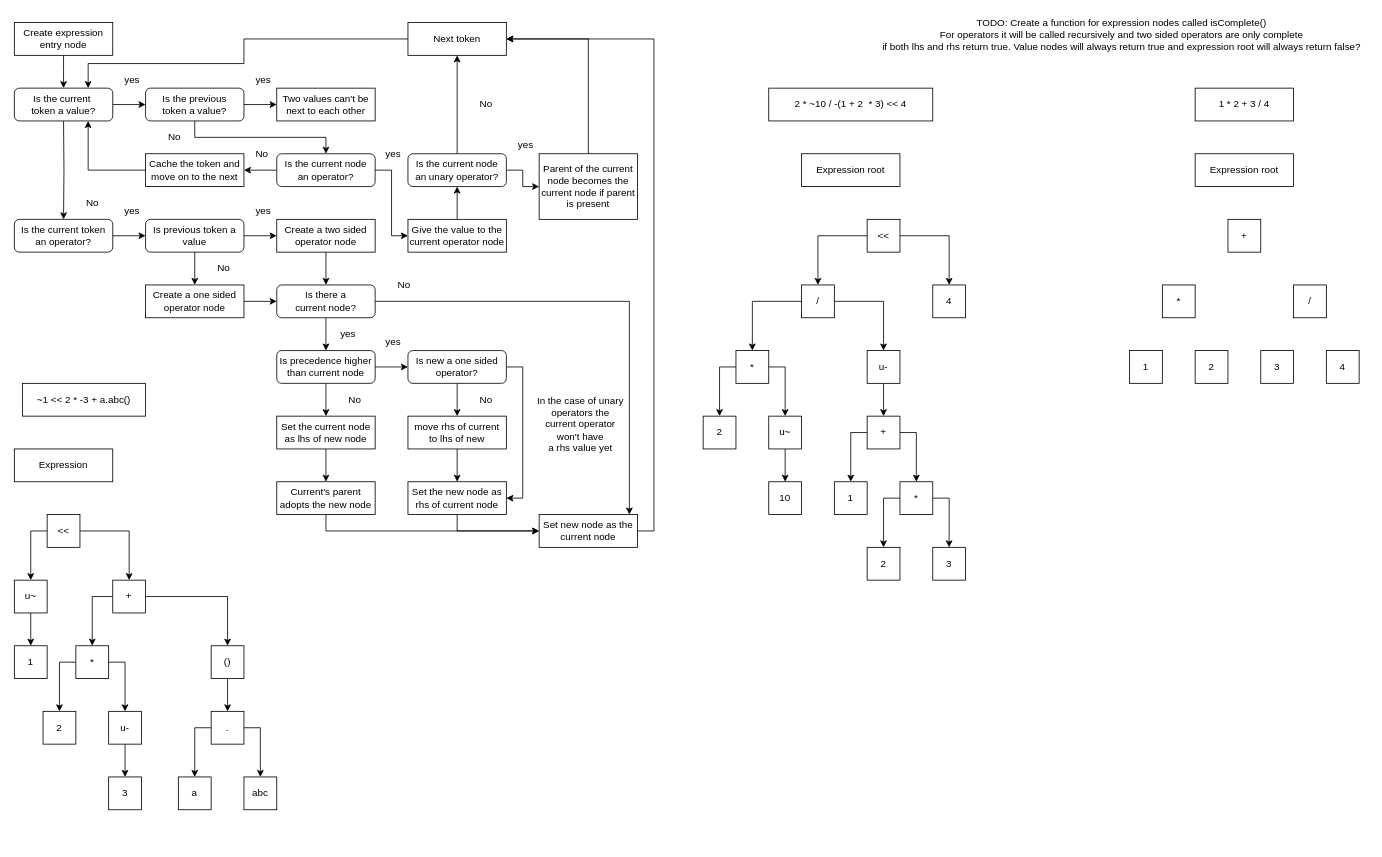
roopereku/caplang keeps this draw.io diagram as docs/precedence.drawio. Above is the earlier version. Source tidied: cells renumbered, new cells numbered last; positions are measured from the earlier drawing's top-left corner, leaving out a move shared by most shapes. Both pictures are drawn from the tidied source at 82%, with x=0, y=0 at pixel (14, 14).
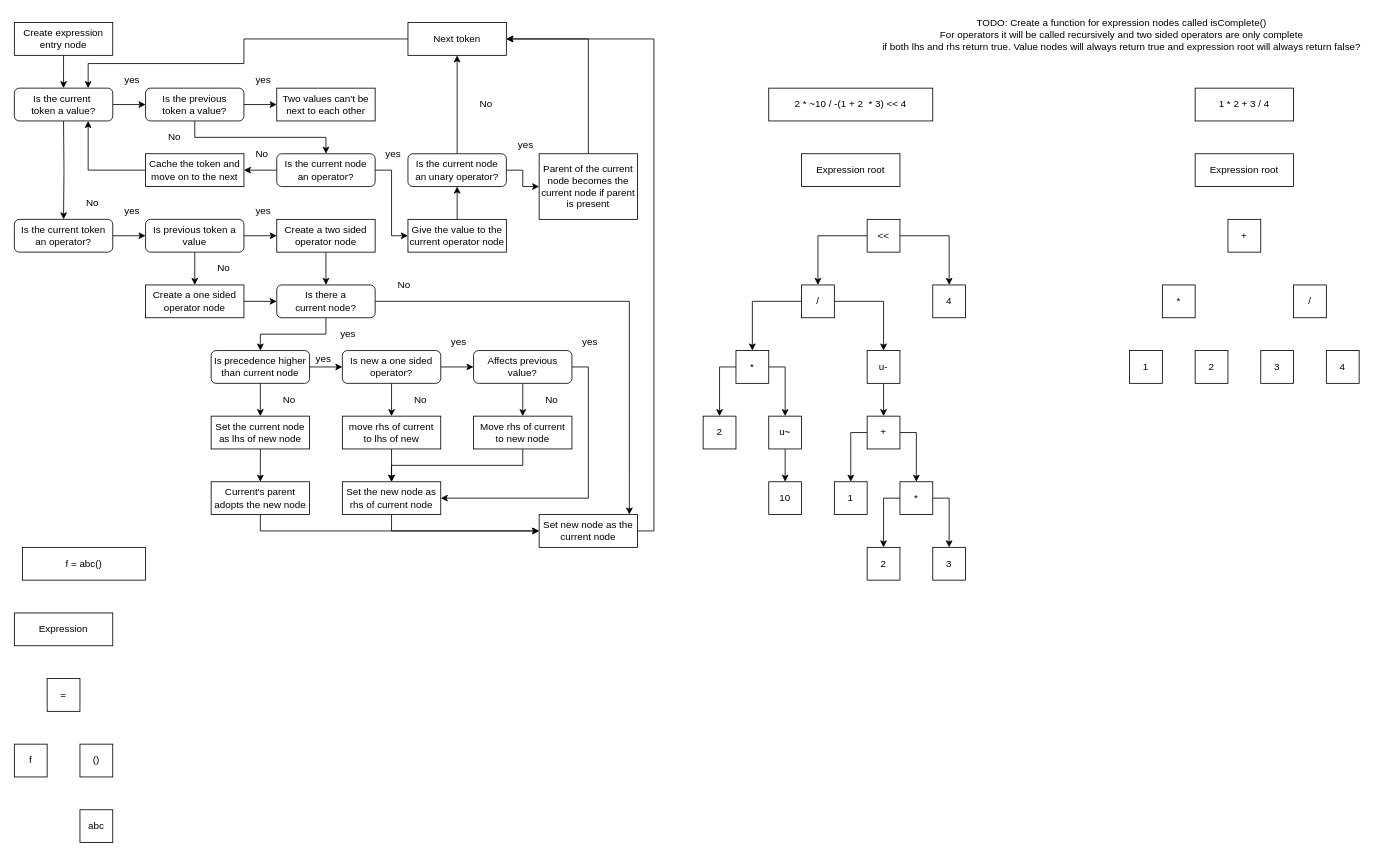
The same diagram, later.

What changed in the source:
```diff
@@
     <mxCell id="42" value="Is precedence higher than current node" style="rounded=1;whiteSpace=wrap;html=1;" parent="1" vertex="1">
-      <mxGeometry x="320" y="410" width="120" height="40" as="geometry" />
+      <mxGeometry x="240" y="410" width="120" height="40" as="geometry" />
     </mxCell>
@@
     <mxCell id="44" value="move rhs of current&lt;br&gt;to lhs of new" style="whiteSpace=wrap;html=1;" parent="1" vertex="1">
-      <mxGeometry x="480" y="490" width="120" height="40" as="geometry" />
+      <mxGeometry x="400" y="490" width="120" height="40" as="geometry" />
     </mxCell>
     <mxCell id="45" value="&amp;nbsp;yes" style="text;html=1;align=center;verticalAlign=middle;strokeColor=none;fillColor=none;" parent="1" vertex="1">
-      <mxGeometry x="440" y="390" width="40" height="20" as="geometry" />
+      <mxGeometry x="520" y="390" width="40" height="20" as="geometry" />
     </mxCell>
     <mxCell id="46" value="No" style="text;html=1;align=center;verticalAlign=middle;strokeColor=none;fillColor=none;" parent="1" vertex="1">
-      <mxGeometry x="400" y="460" width="30" height="20" as="geometry" />
+      <mxGeometry x="320" y="460" width="30" height="20" as="geometry" />
     </mxCell>
@@
     <mxCell id="48" value="Set the current node as lhs of new node" style="whiteSpace=wrap;html=1;" parent="1" vertex="1">
-      <mxGeometry x="320" y="490" width="120" height="40" as="geometry" />
+      <mxGeometry x="240" y="490" width="120" height="40" as="geometry" />
     </mxCell>
@@
     <mxCell id="50" value="Set the new node as rhs of current node" style="whiteSpace=wrap;html=1;" parent="1" vertex="1">
-      <mxGeometry x="480" y="570" width="120" height="40" as="geometry" />
+      <mxGeometry x="400" y="570" width="120" height="40" as="geometry" />
     </mxCell>
@@
     <mxCell id="52" value="Current's parent adopts the new node" style="whiteSpace=wrap;html=1;" parent="1" vertex="1">
-      <mxGeometry x="320" y="570" width="120" height="40" as="geometry" />
+      <mxGeometry x="240" y="570" width="120" height="40" as="geometry" />
     </mxCell>
-    <mxCell id="53" value="~1 &amp;lt;&amp;lt; 2 * -3 + a.abc()" style="whiteSpace=wrap;html=1;" parent="1" vertex="1">
-      <mxGeometry x="10" y="450" width="150" height="40" as="geometry" />
+    <mxCell id="53" value="f = abc()" style="whiteSpace=wrap;html=1;" parent="1" vertex="1">
+      <mxGeometry x="10" y="650" width="150" height="40" as="geometry" />
     </mxCell>
     <mxCell id="54" value="Expression" style="whiteSpace=wrap;html=1;" parent="1" vertex="1">
-      <mxGeometry y="530" width="120" height="40" as="geometry" />
+      <mxGeometry y="730" width="120" height="40" as="geometry" />
     </mxCell>
@@
-    <mxCell id="56" style="edgeStyle=orthogonalEdgeStyle;rounded=0;jettySize=auto;html=1;exitX=1;exitY=0.5;exitDx=0;exitDy=0;entryX=1;entryY=0.5;entryDx=0;entryDy=0;" parent="1" edge="1" source="57" target="50">
-      <mxGeometry relative="1" as="geometry">
-        <Array as="points">
-          <mxPoint x="620" y="430" />
-          <mxPoint x="620" y="590" />
-        </Array>
-      </mxGeometry>
-    </mxCell>
+    <mxCell id="132" style="edgeStyle=orthogonalEdgeStyle;rounded=0;jettySize=auto;html=1;exitX=1;exitY=0.5;exitDx=0;exitDy=0;entryX=0;entryY=0.5;entryDx=0;entryDy=0;" parent="1" edge="1" source="57" target="137">
+      <mxGeometry relative="1" as="geometry" />
+    </mxCell>
     <mxCell id="57" value="Is new a one sided operator?" style="rounded=1;whiteSpace=wrap;html=1;" parent="1" vertex="1">
-      <mxGeometry x="480" y="410" width="120" height="40" as="geometry" />
+      <mxGeometry x="400" y="410" width="120" height="40" as="geometry" />
     </mxCell>
     <mxCell id="58" value="No" style="text;html=1;align=center;verticalAlign=middle;strokeColor=none;fillColor=none;" parent="1" vertex="1">
-      <mxGeometry x="560" y="460" width="30" height="20" as="geometry" />
+      <mxGeometry x="480" y="460" width="30" height="20" as="geometry" />
     </mxCell>
-    <mxCell id="59" value="In the case of unary&lt;br&gt;operators the&lt;br&gt;current operator&lt;br&gt;won't have&lt;br&gt;a rhs value yet" style="text;html=1;align=center;verticalAlign=middle;strokeColor=none;fillColor=none;" parent="1" vertex="1">
-      <mxGeometry x="630" y="460" width="120" height="80" as="geometry" />
-    </mxCell>
-    <mxCell id="60" style="edgeStyle=orthogonalEdgeStyle;rounded=0;jettySize=auto;html=1;exitX=0.5;exitY=1;exitDx=0;exitDy=0;entryX=0.5;entryY=0;entryDx=0;entryDy=0;" parent="1" edge="1" source="61" target="67">
-      <mxGeometry relative="1" as="geometry" />
-    </mxCell>
-    <mxCell id="61" value="u~" style="whiteSpace=wrap;html=1;" parent="1" vertex="1">
-      <mxGeometry y="690" width="40" height="40" as="geometry" />
-    </mxCell>
@@
-    <mxCell id="67" value="1" style="whiteSpace=wrap;html=1;" parent="1" vertex="1">
-      <mxGeometry y="770" width="40" height="40" as="geometry" />
-    </mxCell>
-    <mxCell id="68" style="edgeStyle=orthogonalEdgeStyle;rounded=0;jettySize=auto;html=1;exitX=0;exitY=0.5;exitDx=0;exitDy=0;entryX=0.5;entryY=0;entryDx=0;entryDy=0;" parent="1" edge="1" source="70" target="61">
-      <mxGeometry relative="1" as="geometry" />
-    </mxCell>
-    <mxCell id="69" style="edgeStyle=orthogonalEdgeStyle;rounded=0;jettySize=auto;html=1;exitX=1;exitY=0.5;exitDx=0;exitDy=0;entryX=0.5;entryY=0;entryDx=0;entryDy=0;" parent="1" edge="1" source="70" target="80">
-      <mxGeometry relative="1" as="geometry" />
-    </mxCell>
-    <mxCell id="70" value="&amp;lt;&amp;lt;" style="whiteSpace=wrap;html=1;" parent="1" vertex="1">
-      <mxGeometry x="40" y="610" width="40" height="40" as="geometry" />
-    </mxCell>
-    <mxCell id="71" value="2" style="whiteSpace=wrap;html=1;" parent="1" vertex="1">
-      <mxGeometry x="35" y="850" width="40" height="40" as="geometry" />
-    </mxCell>
-    <mxCell id="72" style="edgeStyle=orthogonalEdgeStyle;rounded=0;jettySize=auto;html=1;exitX=1;exitY=0.5;exitDx=0;exitDy=0;entryX=0.5;entryY=0;entryDx=0;entryDy=0;" parent="1" edge="1" source="74" target="76">
-      <mxGeometry relative="1" as="geometry" />
-    </mxCell>
-    <mxCell id="73" style="edgeStyle=orthogonalEdgeStyle;rounded=0;jettySize=auto;html=1;exitX=0;exitY=0.5;exitDx=0;exitDy=0;entryX=0.5;entryY=0;entryDx=0;entryDy=0;" parent="1" edge="1" source="74" target="71">
-      <mxGeometry relative="1" as="geometry" />
-    </mxCell>
-    <mxCell id="74" value="*" style="whiteSpace=wrap;html=1;" parent="1" vertex="1">
-      <mxGeometry x="75" y="770" width="40" height="40" as="geometry" />
-    </mxCell>
-    <mxCell id="75" style="edgeStyle=orthogonalEdgeStyle;rounded=0;jettySize=auto;html=1;exitX=0.5;exitY=1;exitDx=0;exitDy=0;entryX=0.5;entryY=0;entryDx=0;entryDy=0;" parent="1" edge="1" source="76" target="77">
-      <mxGeometry relative="1" as="geometry" />
-    </mxCell>
-    <mxCell id="76" value="u-" style="whiteSpace=wrap;html=1;" parent="1" vertex="1">
-      <mxGeometry x="115" y="850" width="40" height="40" as="geometry" />
-    </mxCell>
-    <mxCell id="77" value="3" style="whiteSpace=wrap;html=1;" parent="1" vertex="1">
-      <mxGeometry x="115" y="930" width="40" height="40" as="geometry" />
-    </mxCell>
-    <mxCell id="78" style="edgeStyle=orthogonalEdgeStyle;rounded=0;jettySize=auto;html=1;exitX=0;exitY=0.5;exitDx=0;exitDy=0;entryX=0.5;entryY=0;entryDx=0;entryDy=0;" parent="1" edge="1" source="80" target="74">
-      <mxGeometry relative="1" as="geometry" />
-    </mxCell>
-    <mxCell id="79" style="edgeStyle=orthogonalEdgeStyle;rounded=0;jettySize=auto;html=1;exitX=1;exitY=0.5;exitDx=0;exitDy=0;entryX=0.5;entryY=0;entryDx=0;entryDy=0;" parent="1" edge="1" source="80" target="87">
-      <mxGeometry relative="1" as="geometry" />
-    </mxCell>
-    <mxCell id="80" value="+" style="whiteSpace=wrap;html=1;" parent="1" vertex="1">
-      <mxGeometry x="120" y="690" width="40" height="40" as="geometry" />
-    </mxCell>
-    <mxCell id="81" value="a" style="whiteSpace=wrap;html=1;" parent="1" vertex="1">
-      <mxGeometry x="200" y="930" width="40" height="40" as="geometry" />
-    </mxCell>
-    <mxCell id="82" style="edgeStyle=orthogonalEdgeStyle;rounded=0;jettySize=auto;html=1;exitX=0;exitY=0.5;exitDx=0;exitDy=0;entryX=0.5;entryY=0;entryDx=0;entryDy=0;" parent="1" edge="1" source="84" target="81">
-      <mxGeometry relative="1" as="geometry" />
-    </mxCell>
-    <mxCell id="83" style="edgeStyle=orthogonalEdgeStyle;rounded=0;jettySize=auto;html=1;exitX=1;exitY=0.5;exitDx=0;exitDy=0;entryX=0.5;entryY=0;entryDx=0;entryDy=0;" parent="1" edge="1" source="84" target="85">
-      <mxGeometry relative="1" as="geometry" />
-    </mxCell>
-    <mxCell id="84" value="." style="whiteSpace=wrap;html=1;" parent="1" vertex="1">
-      <mxGeometry x="240" y="850" width="40" height="40" as="geometry" />
-    </mxCell>
-    <mxCell id="85" value="abc" style="whiteSpace=wrap;html=1;" parent="1" vertex="1">
-      <mxGeometry x="280" y="930" width="40" height="40" as="geometry" />
-    </mxCell>
-    <mxCell id="86" style="edgeStyle=orthogonalEdgeStyle;rounded=0;jettySize=auto;html=1;exitX=0.5;exitY=1;exitDx=0;exitDy=0;entryX=0.5;entryY=0;entryDx=0;entryDy=0;" parent="1" edge="1" source="87" target="84">
-      <mxGeometry relative="1" as="geometry" />
-    </mxCell>
-    <mxCell id="87" value="()" style="whiteSpace=wrap;html=1;" parent="1" vertex="1">
-      <mxGeometry x="240" y="770" width="40" height="40" as="geometry" />
-    </mxCell>
@@
+    <mxCell id="133" value="f" style="whiteSpace=wrap;html=1;" parent="1" vertex="1">
+      <mxGeometry y="890" width="40" height="40" as="geometry" />
+    </mxCell>
+    <mxCell id="134" value="=" style="whiteSpace=wrap;html=1;" parent="1" vertex="1">
+      <mxGeometry x="40" y="810" width="40" height="40" as="geometry" />
+    </mxCell>
+    <mxCell id="85" value="abc" style="whiteSpace=wrap;html=1;" parent="1" vertex="1">
+      <mxGeometry x="80" y="970" width="40" height="40" as="geometry" />
+    </mxCell>
+    <mxCell id="87" value="()" style="whiteSpace=wrap;html=1;" parent="1" vertex="1">
+      <mxGeometry x="80" y="890" width="40" height="40" as="geometry" />
+    </mxCell>
+    <mxCell id="135" style="edgeStyle=orthogonalEdgeStyle;rounded=0;jettySize=auto;html=1;exitX=1;exitY=0.5;exitDx=0;exitDy=0;entryX=1;entryY=0.5;entryDx=0;entryDy=0;" parent="1" edge="1" source="137" target="50">
+      <mxGeometry relative="1" as="geometry" />
+    </mxCell>
+    <mxCell id="136" style="edgeStyle=orthogonalEdgeStyle;rounded=0;jettySize=auto;html=1;exitX=0.5;exitY=1;exitDx=0;exitDy=0;" parent="1" edge="1" source="137">
+      <mxGeometry relative="1" as="geometry">
+        <mxPoint x="620" y="490" as="targetPoint" />
+      </mxGeometry>
+    </mxCell>
+    <mxCell id="137" value="Affects previous value?" style="rounded=1;whiteSpace=wrap;html=1;" parent="1" vertex="1">
+      <mxGeometry x="560" y="410" width="120" height="40" as="geometry" />
+    </mxCell>
+    <mxCell id="138" value="No" style="text;html=1;align=center;verticalAlign=middle;strokeColor=none;fillColor=none;" parent="1" vertex="1">
+      <mxGeometry x="640" y="460" width="30" height="20" as="geometry" />
+    </mxCell>
+    <mxCell id="139" value="&amp;nbsp;yes" style="text;html=1;align=center;verticalAlign=middle;strokeColor=none;fillColor=none;" parent="1" vertex="1">
+      <mxGeometry x="680" y="390" width="40" height="20" as="geometry" />
+    </mxCell>
+    <mxCell id="140" value="&amp;nbsp;yes" style="text;html=1;align=center;verticalAlign=middle;strokeColor=none;fillColor=none;" parent="1" vertex="1">
+      <mxGeometry x="355" y="410" width="40" height="20" as="geometry" />
+    </mxCell>
+    <mxCell id="141" style="edgeStyle=orthogonalEdgeStyle;rounded=0;jettySize=auto;html=1;exitX=0.5;exitY=1;exitDx=0;exitDy=0;entryX=0.5;entryY=0;entryDx=0;entryDy=0;" parent="1" edge="1" source="142" target="50">
+      <mxGeometry relative="1" as="geometry" />
+    </mxCell>
+    <mxCell id="142" value="Move rhs of current&lt;br&gt;to new node" style="whiteSpace=wrap;html=1;" parent="1" vertex="1">
+      <mxGeometry x="560" y="490" width="120" height="40" as="geometry" />
+    </mxCell>
```
